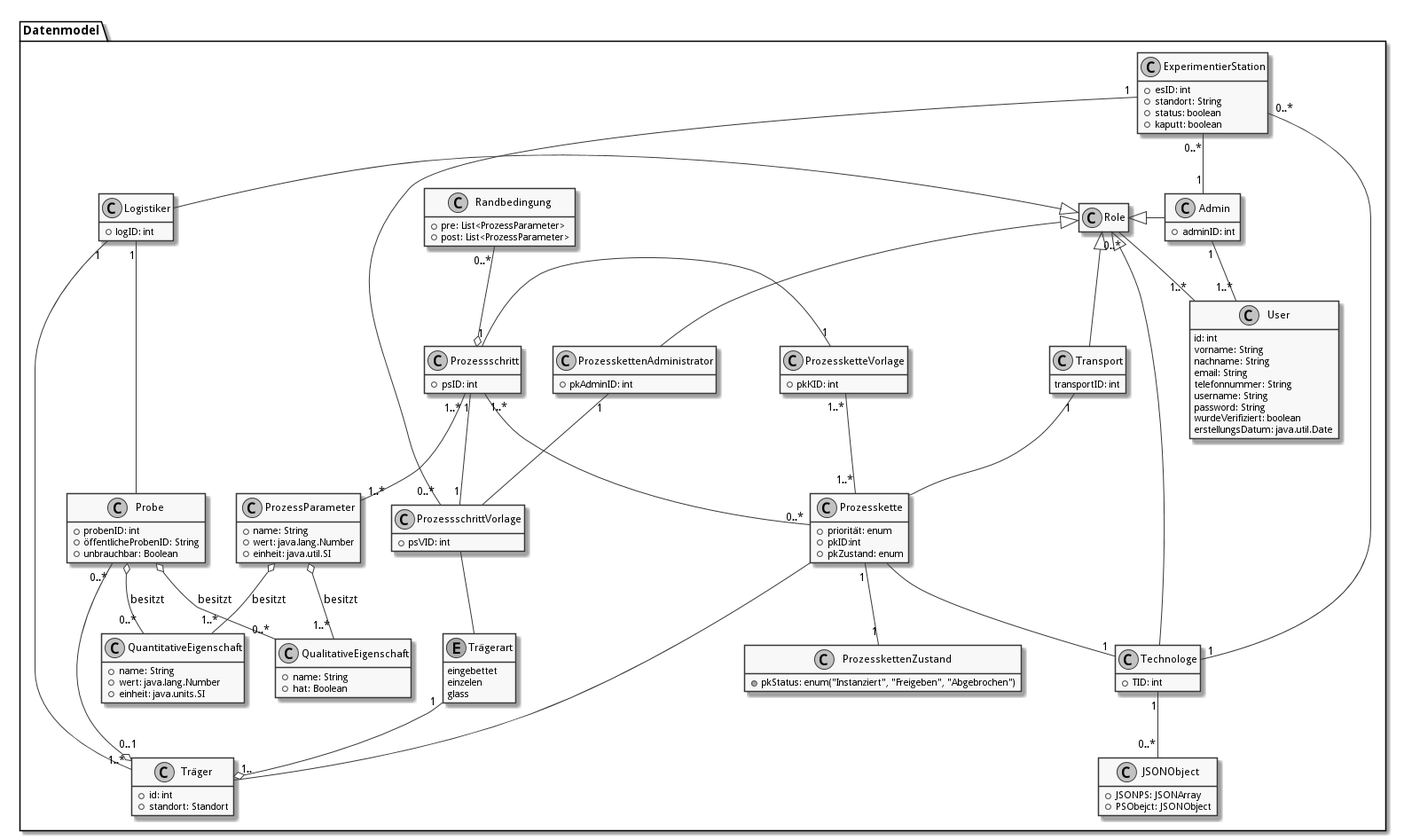
The PlantUML diagram doc/UML/datenModel.png in fkehlenb/softwareprojekt-2, before a commit. Its diagram source:
```plantuml
@startuml
skinparam monochrome true
skinparam componentStyle uml2

hide empty members

package Datenmodel {
class Role {
}

class Logistiker {
+logID: int
}

class User {
id: int
vorname: String
nachname: String
email: String
telefonnummer: String
username: String
password: String
wurdeVerifiziert: boolean
erstellungsDatum: java.util.Date
}

class Admin {
+adminID: int
}

class "ProzesskettenAdministrator" as pkAdmin {
+pkAdminID: int
}

class "Technologe" as t {
+TID: int
}

class "Transport" as transport {
transportID: int
}

class Probe {
+probenID: int
+öffentlicheProbenID: String
+unbrauchbar: Boolean
}

class Träger {
+id: int
+standort: Standort
}

enum Trägerart {
eingebettet
einzelen
glass
}

class "QualitativeEigenschaft" as qualE {
+name: String
+hat: Boolean
}

class "QuantitativeEigenschaft" as quantE {
+name: String
+wert: java.lang.Number
+einheit: java.units.SI
}

together {
class "Prozessschritt" as ps {
+psID: int
}

class "ProzessschrittVorlage" as psV {
+psVID: int
}

class "ProzessParameter" as pp {
+name: String
+wert: java.lang.Number
+einheit: java.util.SI
}
}

together {
class "Prozesskette" as pk {
+priorität: enum
+pkID:int
+pkZustand: enum
}

class "ProzessketteVorlage" as pkV {
+pkKID: int
}

class "ProzesskettenZustand" as pkZ {
+pkStatus: enum("Instanziert", "Freigeben", "Abgebrochen")
}
}
class "ExperimentierStation" as es {
+esID: int
+standort: String
+status: boolean
+kaputt: boolean
}

class "Randbedingung" as rb {
+pre: List<ProzessParameter>
+post: List<ProzessParameter>
}

class JSONObject {
+JSONPS: JSONArray
+PSObejct: JSONObject
}

Role <|-left- Logistiker
Role "0..*"-left-"1..*" User
Role <|-right- Admin
Role <|-right- t
Role <|-- transport

Logistiker "1" -- Probe
Logistiker "1" -- "1..*" Träger
Probe o-- "0..*"quantE : besitzt
Probe o-- "0..*"qualE : besitzt
Trägerart"1" --o "1.." Träger
Probe "0..*"--o "0..1" Träger

Admin "1" -- "1..*" User

Role <|-- pkAdmin
pkAdmin "1" -- psV

psV -- Trägerart
ps "1"--"1" psV
ps "1..*" -- "0..*" pk

pkV "1" -- "1" ps
pkV "1..*" -- "1..*" pk

pk "1" -- "1" pkZ
pk -- Träger
pk -- "1" t

ps "1..*" -- "1..*" pp
pp o-- "1..*" qualE: besitzt
pp o-- "1..*" quantE: besitzt

es "0..*" -- "1" Admin
es "1" -- "0..*" psV
es "0..*" -- "1" t

transport "1" -- pk

rb "0..*" --o ps

t "1" -down- "0..*" JSONObject
@enduml
```
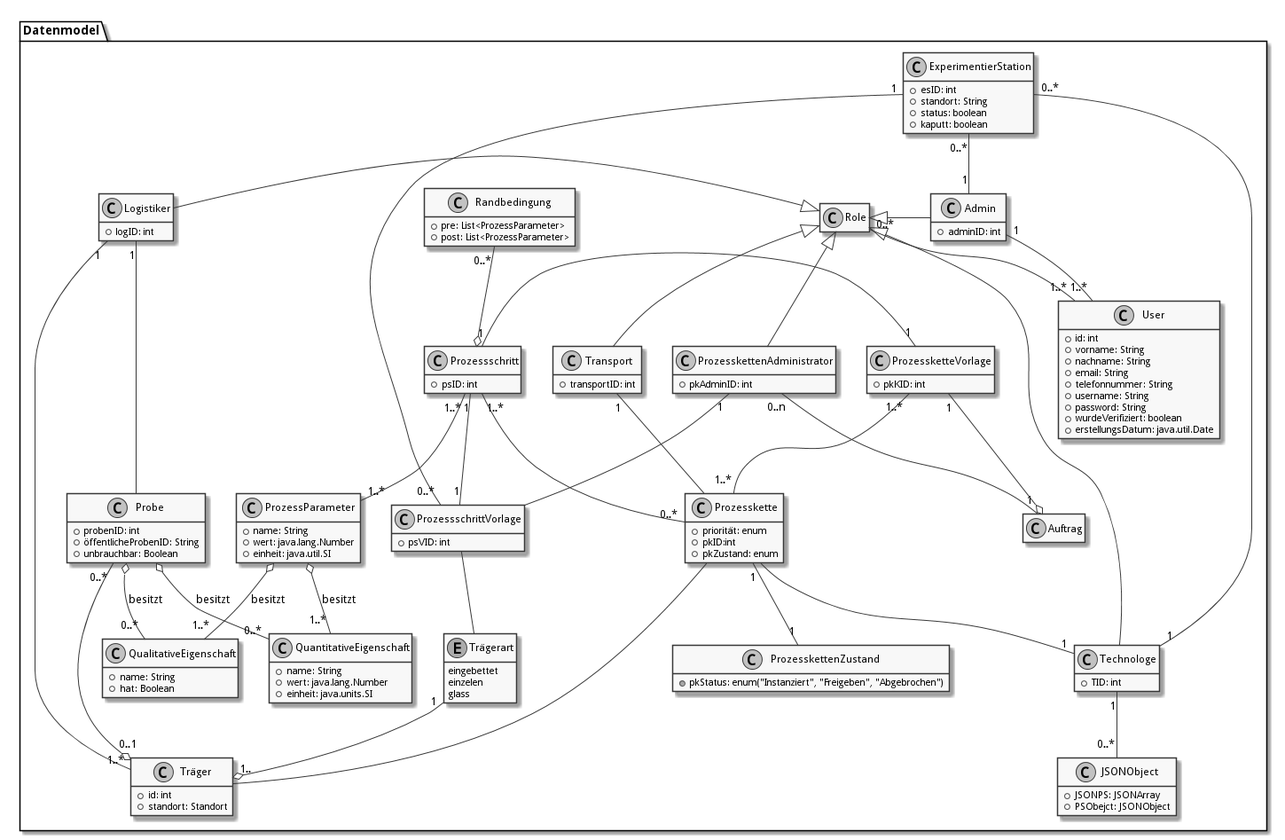
The same diagram one commit later.

The edit, as a diff of the source:
```diff
@@ -5,157 +5,164 @@
 hide empty members
 
 package Datenmodel {
-class Role {
+  class Role {
+  }
+
+  class Logistiker {
+  +logID: int
+  }
+
+  class User {
+    +id: int
+    +vorname: String
+    +nachname: String
+    +email: String
+    +telefonnummer: String
+    +username: String
+    +password: String
+    +wurdeVerifiziert: boolean
+    +erstellungsDatum: java.util.Date
+  }
+
+  class Admin {
+    +adminID: int
+  }
+
+
+  class "Technologe" as t {
+    +TID: int
+  }
+
+  class "Transport" as transport {
+    +transportID: int
+  }
+
+  class Probe {
+    +probenID: int
+    +öffentlicheProbenID: String
+    +unbrauchbar: Boolean
+  }
+
+  class Träger {
+    +id: int
+    +standort: Standort
+  }
+
+  enum Trägerart {
+    eingebettet
+    einzelen
+    glass
+  }
+
+  class "QualitativeEigenschaft" as qualE {
+    +name: String
+    +hat: Boolean
+  }
+
+  class "QuantitativeEigenschaft" as quantE {
+    +name: String
+    +wert: java.lang.Number
+    +einheit: java.units.SI
+  }
+
+  together {
+    class "Prozessschritt" as ps {
+      +psID: int
+    }
+
+    class "ProzessschrittVorlage" as psV {
+      +psVID: int
+    }
+
+    class "ProzessParameter" as pp {
+      +name: String
+      +wert: java.lang.Number
+      +einheit: java.util.SI
+    }
+  }
+
+  together {
+    class "ProzesskettenAdministrator" as pkAdmin {
+      +pkAdminID: int
+    }
+
+
+    class "Prozesskette" as pk {
+      +priorität: enum
+      +pkID:int
+      +pkZustand: enum
+    }
+
+    class "ProzessketteVorlage" as pkV {
+      +pkKID: int
+    }
+
+    class "ProzesskettenZustand" as pkZ {
+      +pkStatus: enum("Instanziert", "Freigeben", "Abgebrochen")
+    }
+  }
+
+  class "ExperimentierStation" as es {
+    +esID: int
+    +standort: String
+    +status: boolean
+    +kaputt: boolean
+  }
+
+  class "Randbedingung" as rb {
+    +pre: List<ProzessParameter>
+    +post: List<ProzessParameter>
+  }
+
+  class JSONObject {
+    +JSONPS: JSONArray
+    +PSObejct: JSONObject
+  }
+
+  Role <|-left- Logistiker
+  Role "0..*"-left-"1..*" User
+  Role <|-right- Admin
+  Role <|-right- t
+  Role <|-- transport
+
+  Logistiker "1" -- Probe
+  Logistiker "1" -- "1..*" Träger
+  Probe o-- "0..*"quantE : besitzt
+  Probe o-- "0..*"qualE : besitzt
+  Trägerart"1" --o "1.." Träger
+  Probe "0..*"--o "0..1" Träger
+
+  Admin "1" -- "1..*" User
+
+  Role <|-- pkAdmin
+  pkAdmin "1" -- psV
+
+  psV -- Trägerart
+  ps "1"--"1" psV
+  ps "1..*" -- "0..*" pk
+
+  pkV "1" -- "1" ps
+  pkV "1..*" -- "1..*" pk
+
+  pk "1" -- "1" pkZ
+  pk -- Träger
+  pk -- "1" t
+
+  ps "1..*" -- "1..*" pp
+  pp o-- "1..*" qualE: besitzt
+  pp o-- "1..*" quantE: besitzt
+
+  es "0..*" -- "1" Admin
+  es "1" -- "0..*" psV
+  es "0..*" -- "1" t
+
+  transport "1" -- pk
+
+  rb "0..*" --o ps
+
+  t "1" -down- "0..*" JSONObject
+
+  pkAdmin "0..n" -- "1" Auftrag
+  pkV "1" --o Auftrag
 }
-
-class Logistiker {
-+logID: int
-}
-
-class User {
-id: int
-vorname: String
-nachname: String
-email: String
-telefonnummer: String
-username: String
-password: String
-wurdeVerifiziert: boolean
-erstellungsDatum: java.util.Date
-}
-
-class Admin {
-+adminID: int
-}
-
-class "ProzesskettenAdministrator" as pkAdmin {
-+pkAdminID: int
-}
-
-class "Technologe" as t {
-+TID: int
-}
-
-class "Transport" as transport {
-transportID: int
-}
-
-class Probe {
-+probenID: int
-+öffentlicheProbenID: String
-+unbrauchbar: Boolean
-}
-
-class Träger {
-+id: int
-+standort: Standort
-}
-
-enum Trägerart {
-eingebettet
-einzelen
-glass
-}
-
-class "QualitativeEigenschaft" as qualE {
-+name: String
-+hat: Boolean
-}
-
-class "QuantitativeEigenschaft" as quantE {
-+name: String
-+wert: java.lang.Number
-+einheit: java.units.SI
-}
-
-together {
-class "Prozessschritt" as ps {
-+psID: int
-}
-
-class "ProzessschrittVorlage" as psV {
-+psVID: int
-}
-
-class "ProzessParameter" as pp {
-+name: String
-+wert: java.lang.Number
-+einheit: java.util.SI
-}
-}
-
-together {
-class "Prozesskette" as pk {
-+priorität: enum
-+pkID:int
-+pkZustand: enum
-}
-
-class "ProzessketteVorlage" as pkV {
-+pkKID: int
-}
-
-class "ProzesskettenZustand" as pkZ {
-+pkStatus: enum("Instanziert", "Freigeben", "Abgebrochen")
-}
-}
-class "ExperimentierStation" as es {
-+esID: int
-+standort: String
-+status: boolean
-+kaputt: boolean
-}
-
-class "Randbedingung" as rb {
-+pre: List<ProzessParameter>
-+post: List<ProzessParameter>
-}
-
-class JSONObject {
-+JSONPS: JSONArray
-+PSObejct: JSONObject
-}
-
-Role <|-left- Logistiker
-Role "0..*"-left-"1..*" User
-Role <|-right- Admin
-Role <|-right- t
-Role <|-- transport
-
-Logistiker "1" -- Probe
-Logistiker "1" -- "1..*" Träger
-Probe o-- "0..*"quantE : besitzt
-Probe o-- "0..*"qualE : besitzt
-Trägerart"1" --o "1.." Träger
-Probe "0..*"--o "0..1" Träger
-
-Admin "1" -- "1..*" User
-
-Role <|-- pkAdmin
-pkAdmin "1" -- psV
-
-psV -- Trägerart
-ps "1"--"1" psV
-ps "1..*" -- "0..*" pk
-
-pkV "1" -- "1" ps
-pkV "1..*" -- "1..*" pk
-
-pk "1" -- "1" pkZ
-pk -- Träger
-pk -- "1" t
-
-ps "1..*" -- "1..*" pp
-pp o-- "1..*" qualE: besitzt
-pp o-- "1..*" quantE: besitzt
-
-es "0..*" -- "1" Admin
-es "1" -- "0..*" psV
-es "0..*" -- "1" t
-
-transport "1" -- pk
-
-rb "0..*" --o ps
-
-t "1" -down- "0..*" JSONObject
 @enduml
```
